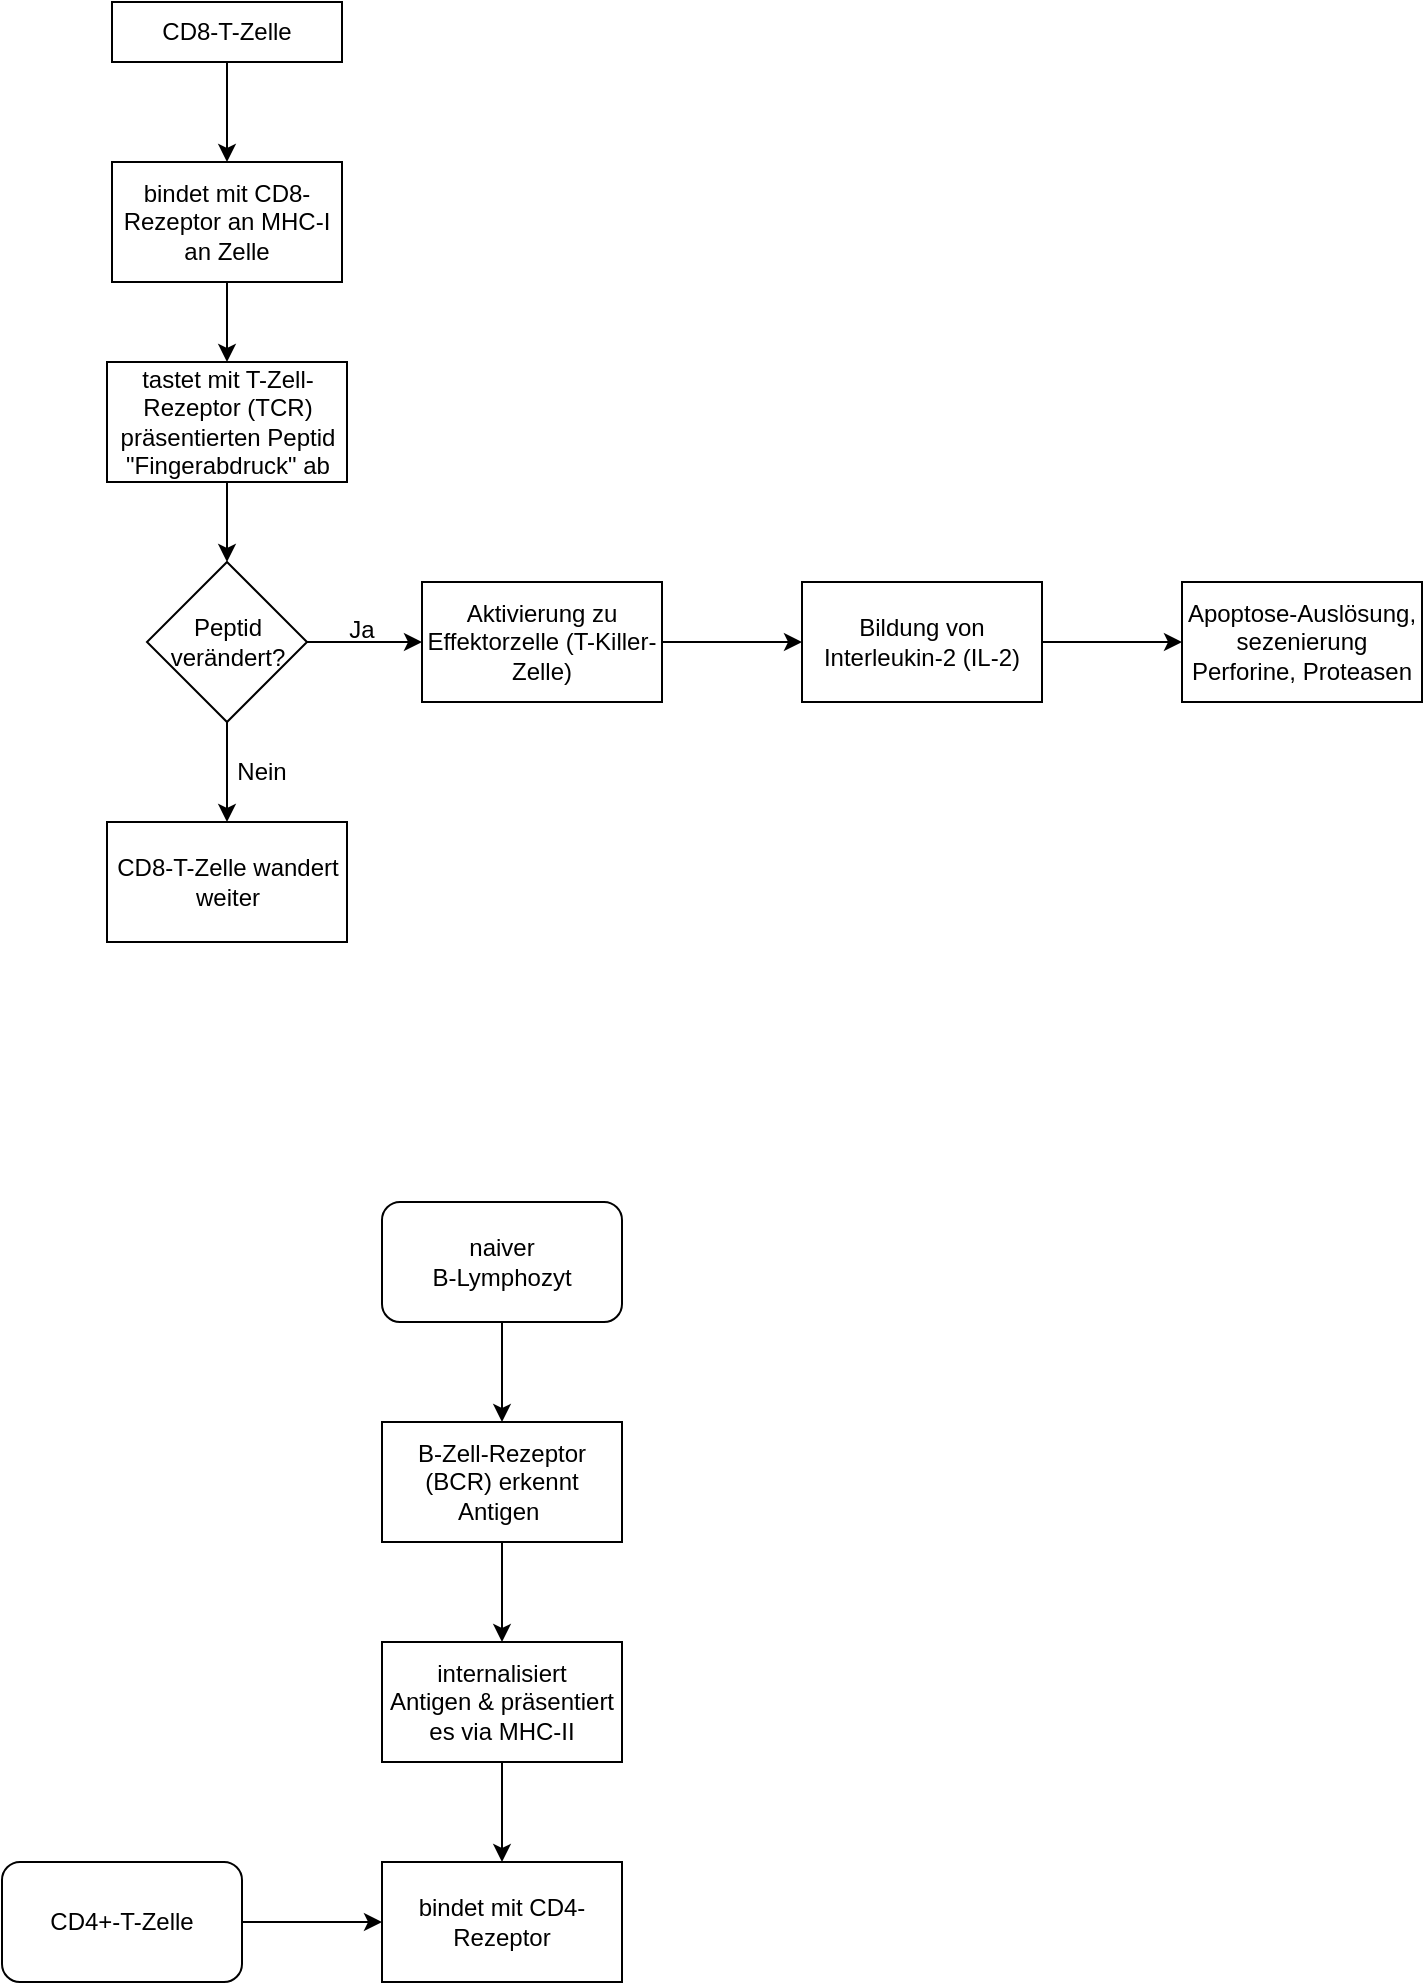
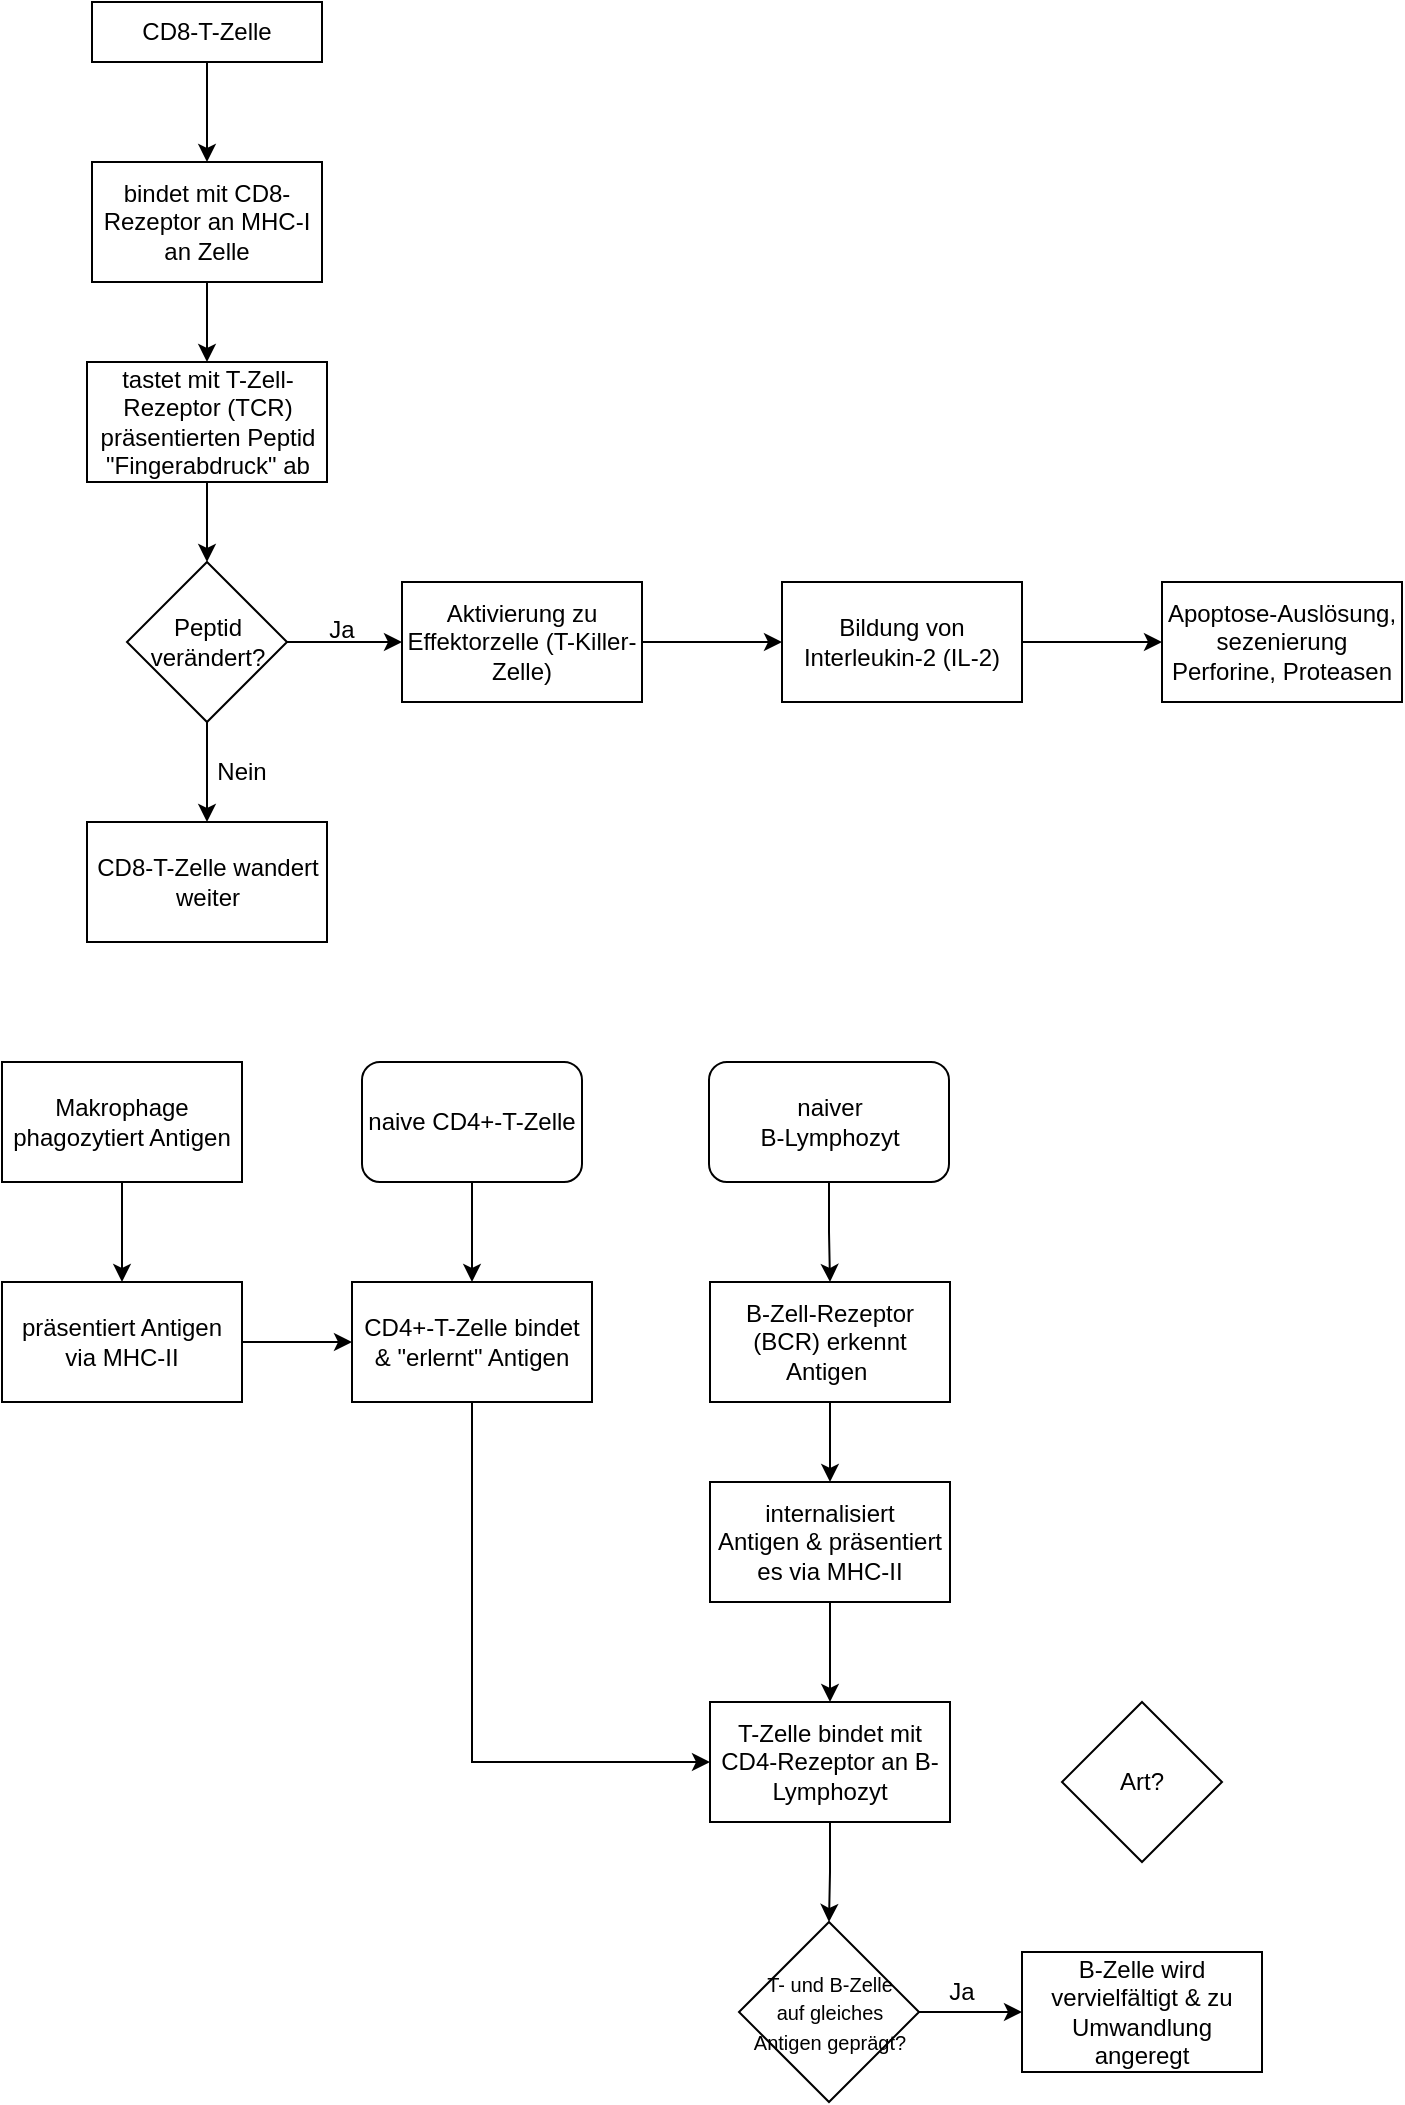
<mxfile host="app.diagrams.net">
  <diagram name="Seite-1" id="tPpIn_nMIDNUY5QPJjmJ">
-     <mxGraphModel dx="964" dy="517" grid="1" gridSize="10" guides="1" tooltips="1" connect="1" arrows="1" fold="1" page="1" pageScale="1" pageWidth="827" pageHeight="1169" math="0" shadow="0">
+     <mxGraphModel dx="1645" dy="881" grid="1" gridSize="10" guides="1" tooltips="1" connect="1" arrows="1" fold="1" page="1" pageScale="1" pageWidth="827" pageHeight="1169" math="0" shadow="0">
      <root>
        <mxCell id="0" />
        <mxCell id="1" parent="0" />
        <mxCell id="V014MJMyBQgIdyG5yzwW-3" edge="1" parent="1" source="V014MJMyBQgIdyG5yzwW-1" style="edgeStyle=orthogonalEdgeStyle;rounded=0;orthogonalLoop=1;jettySize=auto;html=1;exitX=0.5;exitY=1;exitDx=0;exitDy=0;entryX=0.5;entryY=0;entryDx=0;entryDy=0;" target="V014MJMyBQgIdyG5yzwW-2">
          <mxGeometry relative="1" as="geometry" />
        </mxCell>
        <mxCell id="V014MJMyBQgIdyG5yzwW-1" parent="1" style="rounded=0;whiteSpace=wrap;html=1;" value="CD8-T-Zelle" vertex="1">
          <mxGeometry height="30" width="115" x="105" y="60" as="geometry" />
        </mxCell>
        <mxCell id="V014MJMyBQgIdyG5yzwW-5" edge="1" parent="1" source="V014MJMyBQgIdyG5yzwW-2" style="edgeStyle=orthogonalEdgeStyle;rounded=0;orthogonalLoop=1;jettySize=auto;html=1;exitX=0.5;exitY=1;exitDx=0;exitDy=0;entryX=0.5;entryY=0;entryDx=0;entryDy=0;" target="V014MJMyBQgIdyG5yzwW-4">
          <mxGeometry relative="1" as="geometry" />
        </mxCell>
        <mxCell id="V014MJMyBQgIdyG5yzwW-2" parent="1" style="rounded=0;whiteSpace=wrap;html=1;" value="bindet mit CD8-Rezeptor an MHC-I an Zelle" vertex="1">
          <mxGeometry height="60" width="115" x="105" y="140" as="geometry" />
        </mxCell>
        <mxCell id="V014MJMyBQgIdyG5yzwW-9" edge="1" parent="1" source="V014MJMyBQgIdyG5yzwW-4" style="edgeStyle=orthogonalEdgeStyle;rounded=0;orthogonalLoop=1;jettySize=auto;html=1;exitX=0.5;exitY=1;exitDx=0;exitDy=0;" target="V014MJMyBQgIdyG5yzwW-6">
          <mxGeometry relative="1" as="geometry" />
        </mxCell>
        <mxCell id="V014MJMyBQgIdyG5yzwW-4" parent="1" style="rounded=0;whiteSpace=wrap;html=1;" value="tastet mit T-Zell-Rezeptor (TCR) präsentierten Peptid &quot;Fingerabdruck&quot; ab" vertex="1">
          <mxGeometry height="60" width="120" x="102.5" y="240" as="geometry" />
        </mxCell>
        <mxCell id="V014MJMyBQgIdyG5yzwW-10" edge="1" parent="1" source="V014MJMyBQgIdyG5yzwW-6" style="edgeStyle=orthogonalEdgeStyle;rounded=0;orthogonalLoop=1;jettySize=auto;html=1;exitX=0.5;exitY=1;exitDx=0;exitDy=0;" target="V014MJMyBQgIdyG5yzwW-8">
          <mxGeometry relative="1" as="geometry" />
        </mxCell>
        <mxCell id="V014MJMyBQgIdyG5yzwW-13" edge="1" parent="1" source="V014MJMyBQgIdyG5yzwW-6" style="edgeStyle=orthogonalEdgeStyle;rounded=0;orthogonalLoop=1;jettySize=auto;html=1;exitX=1;exitY=0.5;exitDx=0;exitDy=0;entryX=0;entryY=0.5;entryDx=0;entryDy=0;" target="V014MJMyBQgIdyG5yzwW-12">
          <mxGeometry relative="1" as="geometry" />
        </mxCell>
        <mxCell id="V014MJMyBQgIdyG5yzwW-6" parent="1" style="rhombus;whiteSpace=wrap;html=1;" value="Peptid verändert?" vertex="1">
          <mxGeometry height="80" width="80" x="122.5" y="340" as="geometry" />
        </mxCell>
        <mxCell id="V014MJMyBQgIdyG5yzwW-8" parent="1" style="rounded=0;whiteSpace=wrap;html=1;" value="CD8-T-Zelle wandert weiter" vertex="1">
          <mxGeometry height="60" width="120" x="102.5" y="470" as="geometry" />
        </mxCell>
        <mxCell id="V014MJMyBQgIdyG5yzwW-11" parent="1" style="text;html=1;whiteSpace=wrap;strokeColor=none;fillColor=none;align=center;verticalAlign=middle;rounded=0;" value="&lt;div&gt;Nein&lt;/div&gt;" vertex="1">
          <mxGeometry height="30" width="60" x="150" y="430" as="geometry" />
        </mxCell>
        <mxCell id="V014MJMyBQgIdyG5yzwW-16" edge="1" parent="1" source="V014MJMyBQgIdyG5yzwW-12" style="edgeStyle=orthogonalEdgeStyle;rounded=0;orthogonalLoop=1;jettySize=auto;html=1;exitX=1;exitY=0.5;exitDx=0;exitDy=0;entryX=0;entryY=0.5;entryDx=0;entryDy=0;" target="V014MJMyBQgIdyG5yzwW-15">
          <mxGeometry relative="1" as="geometry" />
        </mxCell>
        <mxCell id="V014MJMyBQgIdyG5yzwW-12" parent="1" style="rounded=0;whiteSpace=wrap;html=1;" value="Aktivierung zu Effektorzelle (T-Killer-Zelle)" vertex="1">
          <mxGeometry height="60" width="120" x="260" y="350" as="geometry" />
        </mxCell>
        <mxCell id="V014MJMyBQgIdyG5yzwW-14" parent="1" style="text;html=1;whiteSpace=wrap;strokeColor=none;fillColor=none;align=center;verticalAlign=middle;rounded=0;" value="Ja" vertex="1">
          <mxGeometry height="30" width="60" x="200" y="359" as="geometry" />
        </mxCell>
        <mxCell id="V014MJMyBQgIdyG5yzwW-18" edge="1" parent="1" source="V014MJMyBQgIdyG5yzwW-15" style="edgeStyle=orthogonalEdgeStyle;rounded=0;orthogonalLoop=1;jettySize=auto;html=1;exitX=1;exitY=0.5;exitDx=0;exitDy=0;entryX=0;entryY=0.5;entryDx=0;entryDy=0;" target="V014MJMyBQgIdyG5yzwW-17">
          <mxGeometry relative="1" as="geometry" />
        </mxCell>
        <mxCell id="V014MJMyBQgIdyG5yzwW-15" parent="1" style="rounded=0;whiteSpace=wrap;html=1;" value="Bildung von Interleukin-2 (IL-2)" vertex="1">
          <mxGeometry height="60" width="120" x="450" y="350" as="geometry" />
        </mxCell>
        <mxCell id="V014MJMyBQgIdyG5yzwW-17" parent="1" style="rounded=0;whiteSpace=wrap;html=1;" value="Apoptose-Auslösung, sezenierung&lt;br&gt;Perforine, Proteasen" vertex="1">
          <mxGeometry height="60" width="120" x="640" y="350" as="geometry" />
        </mxCell>
        <mxCell id="jiHHfOkpwsY7Qrn74EU--5" edge="1" parent="1" source="jiHHfOkpwsY7Qrn74EU--11" style="edgeStyle=orthogonalEdgeStyle;rounded=0;orthogonalLoop=1;jettySize=auto;html=1;exitX=0.5;exitY=1;exitDx=0;exitDy=0;entryX=0.5;entryY=0;entryDx=0;entryDy=0;" target="jiHHfOkpwsY7Qrn74EU--4">
          <mxGeometry relative="1" as="geometry">
-             <mxPoint x="300" y="720" as="sourcePoint" />
+             <mxPoint x="370" y="645" as="sourcePoint" />
          </mxGeometry>
        </mxCell>
        <mxCell id="jiHHfOkpwsY7Qrn74EU--7" edge="1" parent="1" source="jiHHfOkpwsY7Qrn74EU--4" style="edgeStyle=orthogonalEdgeStyle;rounded=0;orthogonalLoop=1;jettySize=auto;html=1;exitX=0.5;exitY=1;exitDx=0;exitDy=0;" target="jiHHfOkpwsY7Qrn74EU--6">
          <mxGeometry relative="1" as="geometry" />
        </mxCell>
        <mxCell id="jiHHfOkpwsY7Qrn74EU--4" parent="1" style="whiteSpace=wrap;html=1;" value="B-Zell-Rezeptor (BCR)&amp;nbsp;erkennt Antigen&amp;nbsp;" vertex="1">
-           <mxGeometry height="60" width="120" x="240" y="770" as="geometry" />
+           <mxGeometry height="60" width="120" x="414" y="700" as="geometry" />
        </mxCell>
        <mxCell id="jiHHfOkpwsY7Qrn74EU--16" edge="1" parent="1" source="jiHHfOkpwsY7Qrn74EU--6" style="edgeStyle=orthogonalEdgeStyle;rounded=0;orthogonalLoop=1;jettySize=auto;html=1;exitX=0.5;exitY=1;exitDx=0;exitDy=0;entryX=0.5;entryY=0;entryDx=0;entryDy=0;" target="jiHHfOkpwsY7Qrn74EU--14">
          <mxGeometry relative="1" as="geometry" />
        </mxCell>
        <mxCell id="jiHHfOkpwsY7Qrn74EU--6" parent="1" style="whiteSpace=wrap;html=1;" value="internalisiert&lt;br&gt;Antigen &amp;amp; präsentiert es via MHC-II" vertex="1">
-           <mxGeometry height="60" width="120" x="240" y="880" as="geometry" />
+           <mxGeometry height="60" width="120" x="414" y="800" as="geometry" />
        </mxCell>
        <mxCell id="jiHHfOkpwsY7Qrn74EU--11" parent="1" style="rounded=1;whiteSpace=wrap;html=1;" value="naiver&lt;br&gt;B-Lymphozyt" vertex="1">
-           <mxGeometry height="60" width="120" x="240" y="660" as="geometry" />
+           <mxGeometry height="60" width="120" x="413.5" y="590" as="geometry" />
        </mxCell>
-         <mxCell id="jiHHfOkpwsY7Qrn74EU--15" edge="1" parent="1" source="jiHHfOkpwsY7Qrn74EU--13" style="edgeStyle=orthogonalEdgeStyle;rounded=0;orthogonalLoop=1;jettySize=auto;html=1;entryX=0;entryY=0.5;entryDx=0;entryDy=0;" target="jiHHfOkpwsY7Qrn74EU--14">
+         <mxCell id="jiHHfOkpwsY7Qrn74EU--25" edge="1" parent="1" source="jiHHfOkpwsY7Qrn74EU--13" style="edgeStyle=orthogonalEdgeStyle;rounded=0;orthogonalLoop=1;jettySize=auto;html=1;exitX=0.5;exitY=1;exitDx=0;exitDy=0;entryX=0.5;entryY=0;entryDx=0;entryDy=0;" target="jiHHfOkpwsY7Qrn74EU--24">
          <mxGeometry relative="1" as="geometry" />
        </mxCell>
-         <mxCell id="jiHHfOkpwsY7Qrn74EU--13" parent="1" style="rounded=1;whiteSpace=wrap;html=1;" value="CD4+-T-Zelle" vertex="1">
-           <mxGeometry height="60" width="120" x="50" y="990" as="geometry" />
+         <mxCell id="jiHHfOkpwsY7Qrn74EU--13" parent="1" style="rounded=1;whiteSpace=wrap;html=1;" value="naive CD4+-T-Zelle" vertex="1">
+           <mxGeometry height="60" width="110" x="240" y="590" as="geometry" />
        </mxCell>
-         <mxCell id="jiHHfOkpwsY7Qrn74EU--14" parent="1" style="whiteSpace=wrap;html=1;" value="&lt;div&gt;bindet mit CD4-Rezeptor&lt;/div&gt;" vertex="1">
-           <mxGeometry height="60" width="120" x="240" y="990" as="geometry" />
+         <mxCell id="jiHHfOkpwsY7Qrn74EU--18" edge="1" parent="1" source="jiHHfOkpwsY7Qrn74EU--14" style="edgeStyle=orthogonalEdgeStyle;rounded=0;orthogonalLoop=1;jettySize=auto;html=1;exitX=0.5;exitY=1;exitDx=0;exitDy=0;" target="jiHHfOkpwsY7Qrn74EU--17">
+           <mxGeometry relative="1" as="geometry" />
+         </mxCell>
+         <mxCell id="jiHHfOkpwsY7Qrn74EU--14" parent="1" style="whiteSpace=wrap;html=1;" value="&lt;div&gt;T-Zelle bindet mit CD4-Rezeptor an B-Lymphozyt&lt;/div&gt;" vertex="1">
+           <mxGeometry height="60" width="120" x="414" y="910" as="geometry" />
+         </mxCell>
+         <mxCell id="jiHHfOkpwsY7Qrn74EU--29" edge="1" parent="1" source="jiHHfOkpwsY7Qrn74EU--17" style="edgeStyle=orthogonalEdgeStyle;rounded=0;orthogonalLoop=1;jettySize=auto;html=1;entryX=0;entryY=0.5;entryDx=0;entryDy=0;" target="jiHHfOkpwsY7Qrn74EU--28">
+           <mxGeometry relative="1" as="geometry" />
+         </mxCell>
+         <mxCell id="jiHHfOkpwsY7Qrn74EU--17" parent="1" style="rhombus;whiteSpace=wrap;html=1;fontSize=12;autosizeText=0;" value="&lt;div&gt;&lt;font style=&quot;font-size: 10px;&quot;&gt;T- und B-Zelle&lt;br&gt;auf gleiches Antigen geprägt?&lt;/font&gt;&lt;/div&gt;" vertex="1">
+           <mxGeometry height="90" width="90" x="428.5" y="1020" as="geometry" />
+         </mxCell>
+         <mxCell id="jiHHfOkpwsY7Qrn74EU--22" edge="1" parent="1" source="jiHHfOkpwsY7Qrn74EU--20" style="edgeStyle=orthogonalEdgeStyle;rounded=0;orthogonalLoop=1;jettySize=auto;html=1;exitX=0.5;exitY=1;exitDx=0;exitDy=0;" target="jiHHfOkpwsY7Qrn74EU--21">
+           <mxGeometry relative="1" as="geometry" />
+         </mxCell>
+         <mxCell id="jiHHfOkpwsY7Qrn74EU--20" parent="1" style="whiteSpace=wrap;html=1;" value="&lt;div&gt;Makrophage phagozytiert Antigen&lt;/div&gt;" vertex="1">
+           <mxGeometry height="60" width="120" x="60" y="590" as="geometry" />
+         </mxCell>
+         <mxCell id="jiHHfOkpwsY7Qrn74EU--26" edge="1" parent="1" source="jiHHfOkpwsY7Qrn74EU--21" style="edgeStyle=orthogonalEdgeStyle;rounded=0;orthogonalLoop=1;jettySize=auto;html=1;exitX=1;exitY=0.5;exitDx=0;exitDy=0;entryX=0;entryY=0.5;entryDx=0;entryDy=0;" target="jiHHfOkpwsY7Qrn74EU--24">
+           <mxGeometry relative="1" as="geometry" />
+         </mxCell>
+         <mxCell id="jiHHfOkpwsY7Qrn74EU--21" parent="1" style="whiteSpace=wrap;html=1;" value="präsentiert Antigen&lt;br&gt;via MHC-II" vertex="1">
+           <mxGeometry height="60" width="120" x="60" y="700" as="geometry" />
+         </mxCell>
+         <mxCell id="jiHHfOkpwsY7Qrn74EU--27" edge="1" parent="1" source="jiHHfOkpwsY7Qrn74EU--24" style="edgeStyle=orthogonalEdgeStyle;rounded=0;orthogonalLoop=1;jettySize=auto;html=1;entryX=0;entryY=0.5;entryDx=0;entryDy=0;exitX=0.5;exitY=1;exitDx=0;exitDy=0;" target="jiHHfOkpwsY7Qrn74EU--14">
+           <mxGeometry relative="1" as="geometry" />
+         </mxCell>
+         <mxCell id="jiHHfOkpwsY7Qrn74EU--24" parent="1" style="whiteSpace=wrap;html=1;" value="CD4+-T-Zelle bindet &amp;amp;&amp;nbsp;&quot;erlernt&quot; Antigen" vertex="1">
+           <mxGeometry height="60" width="120" x="235" y="700" as="geometry" />
+         </mxCell>
+         <mxCell id="jiHHfOkpwsY7Qrn74EU--28" parent="1" style="whiteSpace=wrap;html=1;" value="B-Zelle wird vervielfältigt &amp;amp; zu Umwandlung angeregt" vertex="1">
+           <mxGeometry height="60" width="120" x="570" y="1035" as="geometry" />
+         </mxCell>
+         <mxCell id="jiHHfOkpwsY7Qrn74EU--30" parent="1" style="text;html=1;whiteSpace=wrap;strokeColor=none;fillColor=none;align=center;verticalAlign=middle;rounded=0;" value="Ja" vertex="1">
+           <mxGeometry height="30" width="60" x="510" y="1040" as="geometry" />
+         </mxCell>
+         <mxCell id="jiHHfOkpwsY7Qrn74EU--31" parent="1" style="rhombus;whiteSpace=wrap;html=1;" value="Art?" vertex="1">
+           <mxGeometry height="80" width="80" x="590" y="910" as="geometry" />
        </mxCell>
      </root>
    </mxGraphModel>
  </diagram>
</mxfile>
